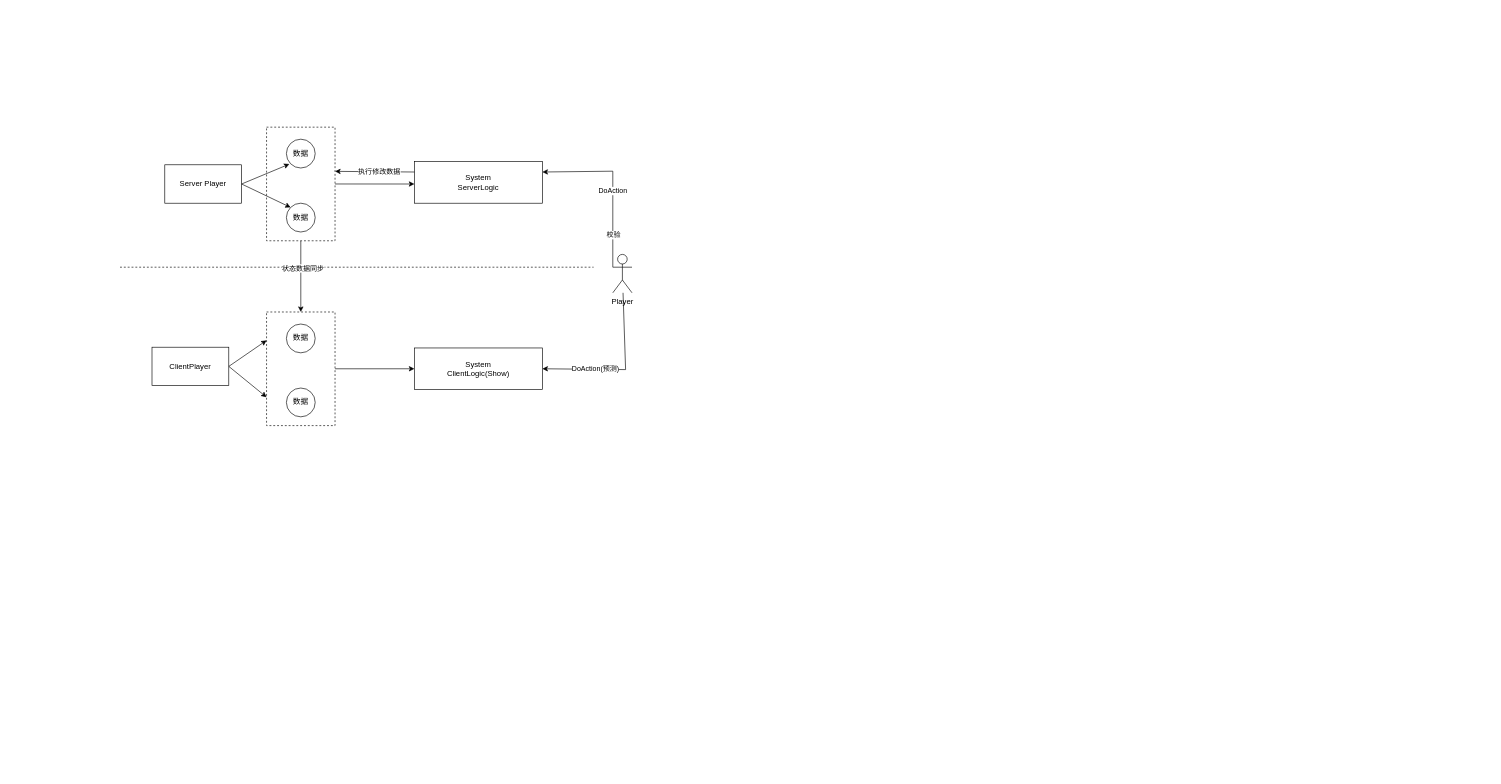
Before: Doc/Client.drawio in hebangyi/HebyET, a draw.io diagram. Source tidied: cells renumbered, new cells numbered last; positions are measured from the earlier drawing's top-left corner, leaving out a move shared by most shapes. Both pictures are drawn from the tidied source at 64%, with x=0, y=0 at pixel (120, 127).
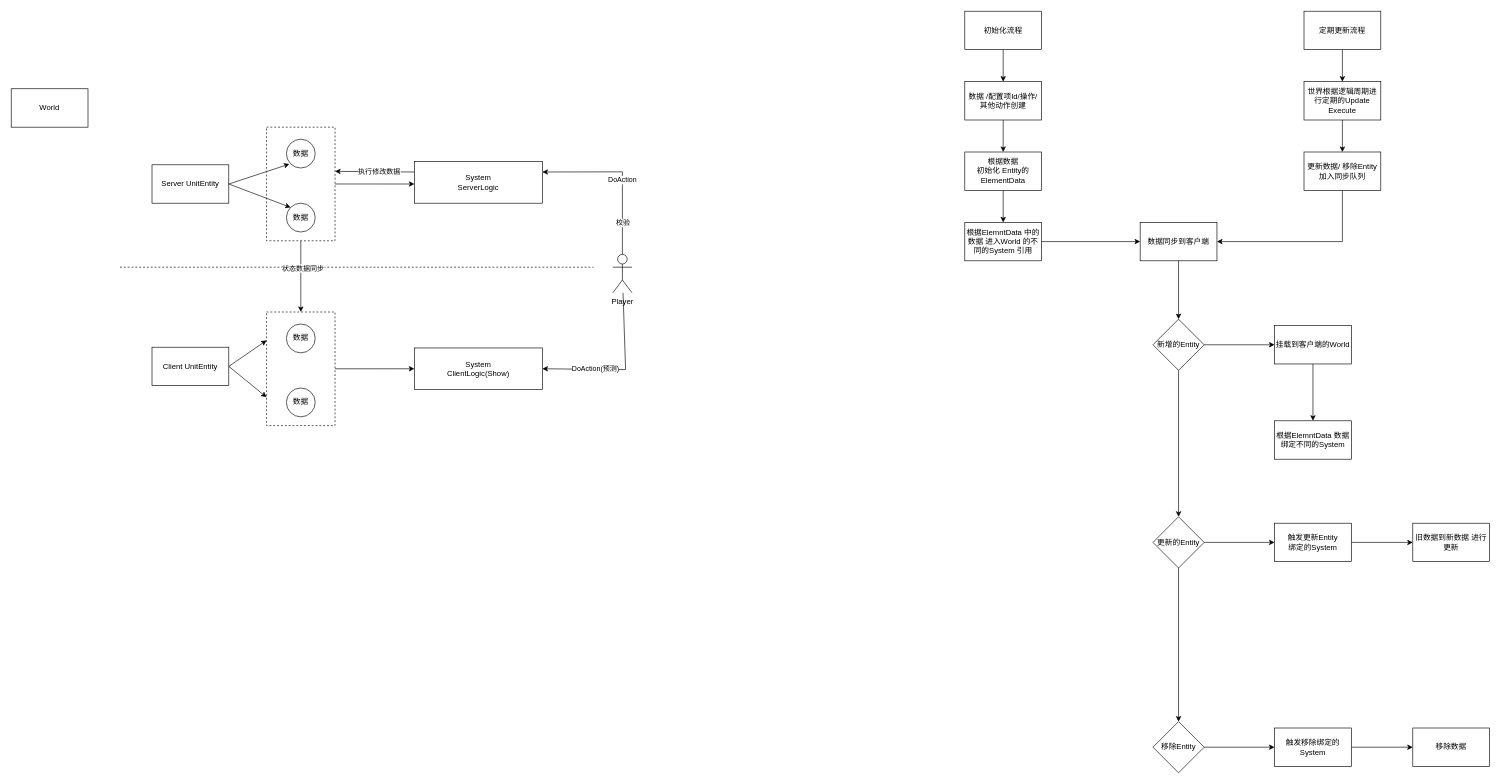
Above is the later version.

The change refers to these unchanged cells:
```xml
<mxCell id="9" value="System&lt;br&gt;ServerLogic" style="text;html=1;strokeColor=default;fillColor=none;align=center;verticalAlign=middle;whiteSpace=wrap;rounded=0;" parent="1" vertex="1">
  <mxGeometry x="460" y="54" width="200" height="65" as="geometry" />
</mxCell>
<mxCell id="21" value="Player" style="shape=umlActor;verticalLabelPosition=bottom;verticalAlign=top;html=1;outlineConnect=0;labelBackgroundColor=none;strokeColor=default;" parent="1" vertex="1">
  <mxGeometry x="770" y="199" width="30" height="60" as="geometry" />
</mxCell>
```

Change to the diagram source:
```diff
@@
-    <mxCell id="6" value="Server Player" style="rounded=0;whiteSpace=wrap;html=1;" parent="1" vertex="1">
-      <mxGeometry x="70" y="59" width="120" height="60" as="geometry" />
+    <mxCell id="6" value="Server UnitEntity" style="rounded=0;whiteSpace=wrap;html=1;" parent="1" vertex="1">
+      <mxGeometry x="50" y="59" width="120" height="60" as="geometry" />
     </mxCell>
@@
-    <mxCell id="18" value="ClientPlayer" style="rounded=0;whiteSpace=wrap;html=1;" parent="1" vertex="1">
+    <mxCell id="18" value="Client&amp;nbsp;UnitEntity" style="rounded=0;whiteSpace=wrap;html=1;" parent="1" vertex="1">
       <mxGeometry x="50" y="344" width="120" height="60" as="geometry" />
     </mxCell>
@@
-    <mxCell id="22" style="endArrow=classic;html=1;rounded=0;exitX=0;exitY=0.3333333333333333;exitDx=0;exitDy=0;exitPerimeter=0;entryX=1;entryY=0.25;entryDx=0;entryDy=0;" parent="1" edge="1" source="21" target="9">
+    <mxCell id="22" style="endArrow=classic;html=1;rounded=0;exitX=0.5;exitY=0;exitDx=0;exitDy=0;exitPerimeter=0;entryX=1;entryY=0.25;entryDx=0;entryDy=0;" parent="1" edge="1" source="21" target="9">
       <mxGeometry relative="1" as="geometry">
         <Array as="points">
-          <mxPoint x="770" y="69" />
+          <mxPoint x="785" y="70" />
         </Array>
       </mxGeometry>
     </mxCell>
@@
+    <mxCell id="29" value="World" style="rounded=0;whiteSpace=wrap;html=1;" parent="1" vertex="1">
+      <mxGeometry x="-170" y="-59.8" width="120" height="60" as="geometry" />
+    </mxCell>
+    <mxCell id="30" style="edgeStyle=orthogonalEdgeStyle;rounded=0;jettySize=auto;html=1;" parent="1" edge="1" source="31" target="33">
+      <mxGeometry relative="1" as="geometry" />
+    </mxCell>
+    <mxCell id="31" value="数据 /配置项Id/操作/其他动作创建" style="rounded=0;whiteSpace=wrap;html=1;" parent="1" vertex="1">
+      <mxGeometry x="1320" y="-71" width="120" height="60" as="geometry" />
+    </mxCell>
+    <mxCell id="32" style="edgeStyle=orthogonalEdgeStyle;rounded=0;jettySize=auto;html=1;" parent="1" edge="1" source="33" target="35">
+      <mxGeometry relative="1" as="geometry" />
+    </mxCell>
+    <mxCell id="33" value="根据数据&lt;br&gt;初始化 Entity的&lt;br&gt;ElementData" style="rounded=0;whiteSpace=wrap;html=1;" parent="1" vertex="1">
+      <mxGeometry x="1320" y="39" width="120" height="60" as="geometry" />
+    </mxCell>
+    <mxCell id="34" style="edgeStyle=orthogonalEdgeStyle;rounded=0;jettySize=auto;html=1;entryX=0;entryY=0.5;entryDx=0;entryDy=0;" parent="1" edge="1" source="35" target="39">
+      <mxGeometry relative="1" as="geometry" />
+    </mxCell>
+    <mxCell id="35" value="根据ElemntData 中的数据 进入World 的不同的System 引用" style="rounded=0;whiteSpace=wrap;html=1;" parent="1" vertex="1">
+      <mxGeometry x="1320" y="149" width="120" height="60" as="geometry" />
+    </mxCell>
+    <mxCell id="36" style="edgeStyle=orthogonalEdgeStyle;rounded=0;jettySize=auto;html=1;" parent="1" edge="1" source="37" target="31">
+      <mxGeometry relative="1" as="geometry" />
+    </mxCell>
+    <mxCell id="37" value="初始化流程" style="rounded=0;whiteSpace=wrap;html=1;" parent="1" vertex="1">
+      <mxGeometry x="1320" y="-181" width="120" height="60" as="geometry" />
+    </mxCell>
+    <mxCell id="38" style="edgeStyle=orthogonalEdgeStyle;rounded=0;jettySize=auto;html=1;entryX=0.5;entryY=0;entryDx=0;entryDy=0;" parent="1" edge="1" source="39" target="42">
+      <mxGeometry relative="1" as="geometry" />
+    </mxCell>
+    <mxCell id="39" value="数据同步到客户端" style="rounded=0;whiteSpace=wrap;html=1;" parent="1" vertex="1">
+      <mxGeometry x="1594" y="149" width="120" height="60" as="geometry" />
+    </mxCell>
+    <mxCell id="40" style="edgeStyle=orthogonalEdgeStyle;rounded=0;jettySize=auto;html=1;" parent="1" edge="1" source="42" target="44">
+      <mxGeometry relative="1" as="geometry" />
+    </mxCell>
+    <mxCell id="41" style="edgeStyle=orthogonalEdgeStyle;rounded=0;jettySize=auto;html=1;" parent="1" edge="1" source="42" target="54">
+      <mxGeometry relative="1" as="geometry" />
+    </mxCell>
+    <mxCell id="42" value="新增的Entity" style="rhombus;whiteSpace=wrap;html=1;" parent="1" vertex="1">
+      <mxGeometry x="1614" y="300.2" width="80" height="80" as="geometry" />
+    </mxCell>
+    <mxCell id="43" style="edgeStyle=orthogonalEdgeStyle;rounded=0;jettySize=auto;html=1;entryX=0.5;entryY=0;entryDx=0;entryDy=0;" parent="1" edge="1" source="44" target="45">
+      <mxGeometry relative="1" as="geometry" />
+    </mxCell>
+    <mxCell id="44" value="挂载到客户端的World" style="rounded=0;whiteSpace=wrap;html=1;" parent="1" vertex="1">
+      <mxGeometry x="1804" y="310.2" width="120" height="60" as="geometry" />
+    </mxCell>
+    <mxCell id="45" value="根据ElemntData 数据&lt;br&gt;绑定不同的System" style="rounded=0;whiteSpace=wrap;html=1;" parent="1" vertex="1">
+      <mxGeometry x="1804" y="459" width="120" height="60" as="geometry" />
+    </mxCell>
+    <mxCell id="46" style="edgeStyle=orthogonalEdgeStyle;rounded=0;jettySize=auto;html=1;" parent="1" edge="1" source="47" target="49">
+      <mxGeometry relative="1" as="geometry" />
+    </mxCell>
+    <mxCell id="47" value="定期更新流程" style="rounded=0;whiteSpace=wrap;html=1;" parent="1" vertex="1">
+      <mxGeometry x="1850" y="-181" width="120" height="60" as="geometry" />
+    </mxCell>
+    <mxCell id="48" style="edgeStyle=orthogonalEdgeStyle;rounded=0;jettySize=auto;html=1;" parent="1" edge="1" source="49" target="51">
+      <mxGeometry relative="1" as="geometry" />
+    </mxCell>
+    <mxCell id="49" value="世界根据逻辑周期进行定期的Update Execute" style="rounded=0;whiteSpace=wrap;html=1;" parent="1" vertex="1">
+      <mxGeometry x="1850" y="-71" width="120" height="60" as="geometry" />
+    </mxCell>
+    <mxCell id="50" style="edgeStyle=orthogonalEdgeStyle;rounded=0;jettySize=auto;html=1;entryX=1;entryY=0.5;entryDx=0;entryDy=0;" parent="1" edge="1" source="51" target="39">
+      <mxGeometry relative="1" as="geometry">
+        <Array as="points">
+          <mxPoint x="1910" y="179" />
+        </Array>
+      </mxGeometry>
+    </mxCell>
+    <mxCell id="51" value="更新数据/ 移除Entity&lt;br&gt;加入同步队列" style="rounded=0;whiteSpace=wrap;html=1;" parent="1" vertex="1">
+      <mxGeometry x="1850" y="39" width="120" height="60" as="geometry" />
+    </mxCell>
+    <mxCell id="52" style="edgeStyle=orthogonalEdgeStyle;rounded=0;jettySize=auto;html=1;entryX=0;entryY=0.5;entryDx=0;entryDy=0;" parent="1" edge="1" source="54" target="56">
+      <mxGeometry relative="1" as="geometry" />
+    </mxCell>
+    <mxCell id="53" style="edgeStyle=orthogonalEdgeStyle;rounded=0;jettySize=auto;html=1;" parent="1" edge="1" source="54" target="58">
+      <mxGeometry relative="1" as="geometry" />
+    </mxCell>
+    <mxCell id="54" value="更新的Entity" style="rhombus;whiteSpace=wrap;html=1;" parent="1" vertex="1">
+      <mxGeometry x="1614" y="609" width="80" height="80" as="geometry" />
+    </mxCell>
+    <mxCell id="55" style="edgeStyle=orthogonalEdgeStyle;rounded=0;jettySize=auto;html=1;" parent="1" edge="1" source="56" target="59">
+      <mxGeometry relative="1" as="geometry" />
+    </mxCell>
+    <mxCell id="56" value="触发更新Entity&lt;br&gt;绑定的System" style="rounded=0;whiteSpace=wrap;html=1;" parent="1" vertex="1">
+      <mxGeometry x="1804" y="619" width="120" height="60" as="geometry" />
+    </mxCell>
+    <mxCell id="57" style="edgeStyle=orthogonalEdgeStyle;rounded=0;jettySize=auto;html=1;" parent="1" edge="1" source="58" target="61">
+      <mxGeometry relative="1" as="geometry" />
+    </mxCell>
+    <mxCell id="58" value="移除Entity" style="rhombus;whiteSpace=wrap;html=1;" parent="1" vertex="1">
+      <mxGeometry x="1614" y="929" width="80" height="80" as="geometry" />
+    </mxCell>
+    <mxCell id="59" value="旧数据到新数据 进行更新" style="rounded=0;whiteSpace=wrap;html=1;" parent="1" vertex="1">
+      <mxGeometry x="2020" y="619" width="120" height="60" as="geometry" />
+    </mxCell>
+    <mxCell id="60" style="edgeStyle=orthogonalEdgeStyle;rounded=0;jettySize=auto;html=1;" parent="1" edge="1" source="61" target="62">
+      <mxGeometry relative="1" as="geometry" />
+    </mxCell>
+    <mxCell id="61" value="触发移除绑定的System" style="rounded=0;whiteSpace=wrap;html=1;" parent="1" vertex="1">
+      <mxGeometry x="1804" y="939" width="120" height="60" as="geometry" />
+    </mxCell>
+    <mxCell id="62" value="移除数据" style="rounded=0;whiteSpace=wrap;html=1;" parent="1" vertex="1">
+      <mxGeometry x="2020" y="939" width="120" height="60" as="geometry" />
+    </mxCell>
```
